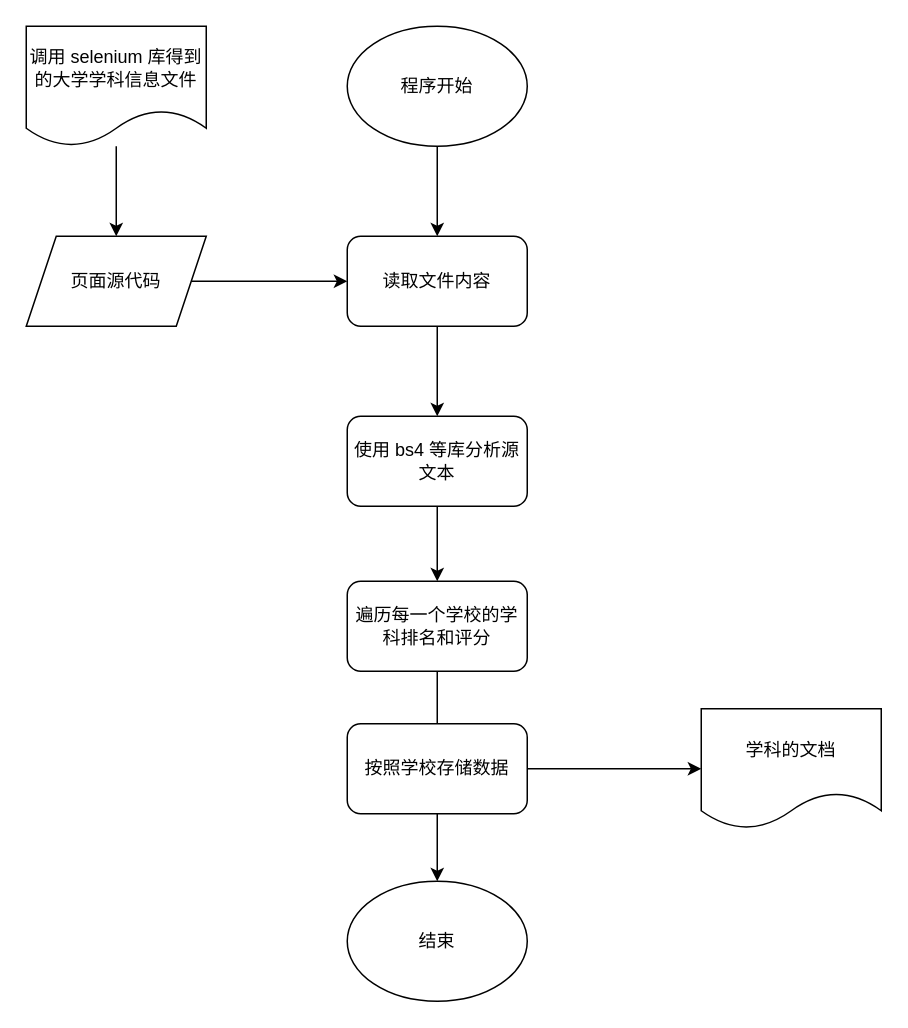
Cl-12345/IT-class keeps this draw.io diagram as highschoolrank/school_rank.drawio. Above is the earlier version. Source tidied: cells renumbered, new cells numbered last; positions are measured from the earlier drawing's top-left corner, leaving out a move shared by most shapes. Both pictures are drawn from the tidied source at 150%, with x=0, y=0 at pixel (26, 26).
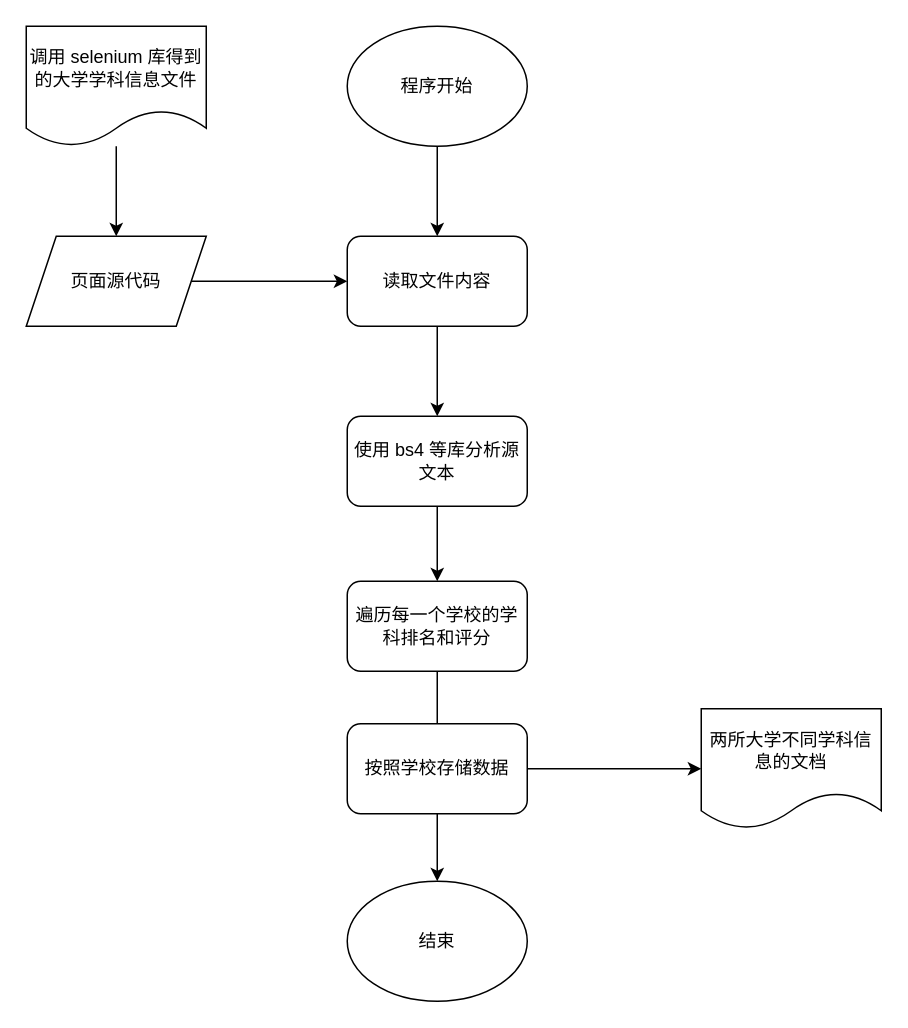
After the change.

The edit, as a diff of the source:
```diff
@@
-    <mxCell id="20" value="学科的文档" style="shape=document;whiteSpace=wrap;html=1;boundedLbl=1;" parent="1" vertex="1">
+    <mxCell id="20" value="两所大学不同学科信息的文档" style="shape=document;whiteSpace=wrap;html=1;boundedLbl=1;" parent="1" vertex="1">
       <mxGeometry x="450" y="455" width="120" height="80" as="geometry" />
     </mxCell>
```
